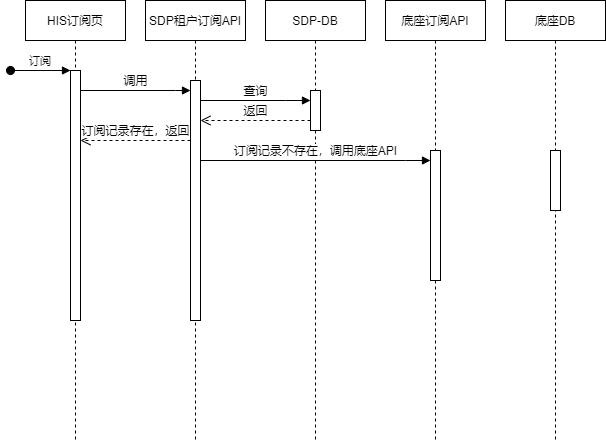
Before: RASP底座v3.0 - 插件订阅流程.drawio.png, a diagram exported from draw.io (fy0715eien/fy.diagrams.net). Source tidied: cells renumbered, new cells last; positions are measured from the earlier drawing's top-left corner, leaving out a move shared by most shapes.
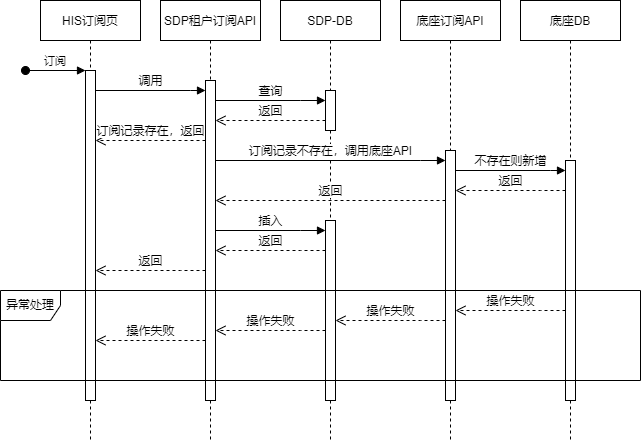
The same diagram one commit later.

Commit message:
Update RASP底座v3.0 - 插件订阅流程.drawio.png

What changed in the source:
```diff
@@ -1,76 +1,152 @@
 <mxGraphModel>
   <root>
-    <mxCell id="0" />
-    <mxCell id="1" parent="0" />
+    <mxCell id="18" />
+    <mxCell id="19" parent="18" />
-    <mxCell id="2" value="HIS订阅页" style="shape=umlLifeline;perimeter=lifelinePerimeter;rounded=0;shadow=0;strokeWidth=1;" parent="1" vertex="1">
+    <mxCell id="2" value="HIS订阅页" style="shape=umlLifeline;perimeter=lifelinePerimeter;rounded=0;shadow=0;strokeWidth=1;" parent="19" vertex="1">
       <mxGeometry x="15" width="100" height="440" as="geometry" />
     </mxCell>
-    <mxCell id="3" style="points=[];perimeter=orthogonalPerimeter;rounded=0;shadow=0;strokeWidth=1;" parent="2" vertex="1">
-      <mxGeometry x="45" y="70" width="10" height="250" as="geometry" />
-    </mxCell>
+    <mxCell id="20" style="points=[];perimeter=orthogonalPerimeter;rounded=0;shadow=0;strokeWidth=1;" parent="2" vertex="1">
+      <mxGeometry x="45" y="70" width="10" height="330" as="geometry" />
+    </mxCell>
-    <mxCell id="4" value="订阅" style="verticalAlign=bottom;startArrow=oval;endArrow=block;startSize=8;shadow=0;strokeWidth=1;" parent="2" edge="1" target="3">
+    <mxCell id="4" value="订阅" style="verticalAlign=bottom;startArrow=oval;endArrow=block;startSize=8;shadow=0;strokeWidth=1;" parent="2" edge="1" target="20">
       <mxGeometry relative="1" as="geometry">
         <mxPoint x="-15" y="70" as="sourcePoint" />
       </mxGeometry>
     </mxCell>
-    <mxCell id="5" value="SDP租户订阅API" style="shape=umlLifeline;perimeter=lifelinePerimeter;rounded=0;shadow=0;strokeWidth=1;" parent="1" vertex="1">
+    <mxCell id="5" value="SDP租户订阅API" style="shape=umlLifeline;perimeter=lifelinePerimeter;rounded=0;shadow=0;strokeWidth=1;" parent="19" vertex="1">
       <mxGeometry x="135" width="100" height="440" as="geometry" />
     </mxCell>
-    <mxCell id="6" style="html=1;points=[];perimeter=orthogonalPerimeter;" parent="5" vertex="1">
-      <mxGeometry x="45" y="80" width="10" height="240" as="geometry" />
-    </mxCell>
+    <mxCell id="21" style="html=1;points=[];perimeter=orthogonalPerimeter;" parent="5" vertex="1">
+      <mxGeometry x="45" y="80" width="10" height="320" as="geometry" />
+    </mxCell>
-    <mxCell id="7" value="底座订阅API" style="shape=umlLifeline;perimeter=lifelinePerimeter;rounded=0;shadow=0;strokeWidth=1;" parent="1" vertex="1">
+    <mxCell id="7" value="底座订阅API" style="shape=umlLifeline;perimeter=lifelinePerimeter;rounded=0;shadow=0;strokeWidth=1;" parent="19" vertex="1">
       <mxGeometry x="375" width="100" height="440" as="geometry" />
     </mxCell>
-    <mxCell id="8" style="html=1;points=[];perimeter=orthogonalPerimeter;direction=east;" parent="7" vertex="1">
-      <mxGeometry x="45" y="150" width="10" height="130" as="geometry" />
-    </mxCell>
+    <mxCell id="22" style="html=1;points=[];perimeter=orthogonalPerimeter;direction=east;" parent="7" vertex="1">
+      <mxGeometry x="45" y="150" width="10" height="250" as="geometry" />
+    </mxCell>
-    <mxCell id="9" value="SDP-DB" style="shape=umlLifeline;perimeter=lifelinePerimeter;rounded=0;shadow=0;strokeWidth=1;" parent="1" vertex="1">
+    <mxCell id="9" value="SDP-DB" style="shape=umlLifeline;perimeter=lifelinePerimeter;rounded=0;shadow=0;strokeWidth=1;" parent="19" vertex="1">
       <mxGeometry x="255" width="100" height="440" as="geometry" />
     </mxCell>
     <mxCell id="10" style="html=1;points=[];perimeter=orthogonalPerimeter;" parent="9" vertex="1">
       <mxGeometry x="45" y="90" width="10" height="40" as="geometry" />
     </mxCell>
+    <mxCell id="23" style="html=1;points=[];perimeter=orthogonalPerimeter;" parent="9" vertex="1">
+      <mxGeometry x="45" y="220" width="10" height="180" as="geometry" />
+    </mxCell>
-    <mxCell id="11" value="底座DB" style="shape=umlLifeline;perimeter=lifelinePerimeter;rounded=0;shadow=0;strokeWidth=1;" parent="1" vertex="1">
+    <mxCell id="11" value="底座DB" style="shape=umlLifeline;perimeter=lifelinePerimeter;rounded=0;shadow=0;strokeWidth=1;" parent="19" vertex="1">
       <mxGeometry x="495" width="100" height="440" as="geometry" />
     </mxCell>
-    <mxCell id="12" style="html=1;perimeter=orthogonalPerimeter;" parent="11" vertex="1">
-      <mxGeometry x="45" y="150" width="10" height="60" as="geometry" />
-    </mxCell>
+    <mxCell id="24" style="html=1;points=[];perimeter=orthogonalPerimeter;" parent="11" vertex="1">
+      <mxGeometry x="45" y="160" width="10" height="240" as="geometry" />
+    </mxCell>
-    <mxCell id="13" value="调用" style="html=1;verticalAlign=bottom;endArrow=block;rounded=0;" parent="1" edge="1" source="3" target="6">
+    <mxCell id="13" value="调用" style="html=1;verticalAlign=bottom;endArrow=block;rounded=0;" parent="19" edge="1" source="20" target="21">
       <mxGeometry relative="1" as="geometry">
         <Array as="points">
           <mxPoint x="165" y="90" />
         </Array>
       </mxGeometry>
     </mxCell>
-    <mxCell id="14" value="查询" style="html=1;verticalAlign=bottom;endArrow=block;rounded=0;" parent="1" edge="1" source="6" target="10">
+    <mxCell id="14" value="查询" style="html=1;verticalAlign=bottom;endArrow=block;rounded=0;" parent="19" edge="1" source="21" target="10">
       <mxGeometry relative="1" as="geometry">
         <Array as="points">
           <mxPoint x="275" y="100" />
         </Array>
       </mxGeometry>
     </mxCell>
-    <mxCell id="15" value="返回" style="html=1;verticalAlign=bottom;endArrow=open;dashed=1;endSize=8;rounded=0;" parent="1" edge="1" source="10" target="6">
-      <mxGeometry relative="1" as="geometry">
-        <Array as="points">
-          <mxPoint x="285" y="120" />
-        </Array>
-      </mxGeometry>
-    </mxCell>
+    <mxCell id="25" value="返回" style="html=1;verticalAlign=bottom;endArrow=open;dashed=1;endSize=8;rounded=0;" parent="19" edge="1" source="10" target="21">
+      <mxGeometry relative="1" as="geometry">
+        <Array as="points">
+          <mxPoint x="285" y="120" />
+        </Array>
+      </mxGeometry>
+    </mxCell>
-    <mxCell id="16" value="订阅记录不存在，调用底座API" style="html=1;verticalAlign=bottom;endArrow=block;rounded=0;" parent="1" edge="1" source="6" target="8">
+    <mxCell id="16" value="订阅记录不存在，调用底座API" style="html=1;verticalAlign=bottom;endArrow=block;rounded=0;" parent="19" edge="1" source="21" target="22">
       <mxGeometry relative="1" as="geometry">
         <Array as="points">
           <mxPoint x="395" y="160" />
         </Array>
       </mxGeometry>
     </mxCell>
-    <mxCell id="17" value="订阅记录存在，返回" style="html=1;verticalAlign=bottom;endArrow=open;dashed=1;endSize=8;rounded=0;" parent="1" edge="1" source="6" target="3">
+    <mxCell id="17" value="订阅记录存在，返回" style="html=1;verticalAlign=bottom;endArrow=open;dashed=1;endSize=8;rounded=0;" parent="19" edge="1" source="21" target="20">
       <mxGeometry relative="1" as="geometry">
         <Array as="points">
           <mxPoint x="165" y="140" />
         </Array>
       </mxGeometry>
     </mxCell>
+    <mxCell id="26" value="不存在则新增" style="html=1;verticalAlign=bottom;endArrow=block;rounded=0;" parent="19" edge="1" source="22" target="24">
+      <mxGeometry relative="1" as="geometry">
+        <Array as="points">
+          <mxPoint x="525" y="170" />
+        </Array>
+      </mxGeometry>
+    </mxCell>
+    <mxCell id="27" value="返回" style="html=1;verticalAlign=bottom;endArrow=open;dashed=1;endSize=8;rounded=0;" parent="19" edge="1" source="24" target="22">
+      <mxGeometry relative="1" as="geometry">
+        <Array as="points">
+          <mxPoint x="515" y="190" />
+        </Array>
+      </mxGeometry>
+    </mxCell>
+    <mxCell id="28" value="返回" style="html=1;verticalAlign=bottom;endArrow=open;dashed=1;endSize=8;rounded=0;" parent="19" edge="1" source="22" target="21">
+      <mxGeometry relative="1" as="geometry">
+        <Array as="points">
+          <mxPoint x="385" y="200" />
+        </Array>
+      </mxGeometry>
+    </mxCell>
+    <mxCell id="29" value="插入" style="html=1;verticalAlign=bottom;endArrow=block;rounded=0;" parent="19" edge="1" source="21" target="23">
+      <mxGeometry relative="1" as="geometry">
+        <Array as="points">
+          <mxPoint x="275" y="230" />
+        </Array>
+      </mxGeometry>
+    </mxCell>
+    <mxCell id="30" value="返回" style="html=1;verticalAlign=bottom;endArrow=open;dashed=1;endSize=8;rounded=0;" parent="19" edge="1" source="23" target="21">
+      <mxGeometry relative="1" as="geometry">
+        <Array as="points">
+          <mxPoint x="275" y="250" />
+        </Array>
+      </mxGeometry>
+    </mxCell>
+    <mxCell id="31" value="返回" style="html=1;verticalAlign=bottom;endArrow=open;dashed=1;endSize=8;rounded=0;" parent="19" edge="1" source="21" target="20">
+      <mxGeometry relative="1" as="geometry">
+        <Array as="points">
+          <mxPoint x="155" y="270" />
+        </Array>
+      </mxGeometry>
+    </mxCell>
+    <mxCell id="32" value="操作失败" style="html=1;verticalAlign=bottom;endArrow=open;dashed=1;endSize=8;rounded=0;" parent="19" edge="1" source="24" target="22">
+      <mxGeometry relative="1" as="geometry">
+        <Array as="points">
+          <mxPoint x="515" y="310" />
+        </Array>
+      </mxGeometry>
+    </mxCell>
+    <mxCell id="33" value="操作失败" style="html=1;verticalAlign=bottom;endArrow=open;dashed=1;endSize=8;rounded=0;" parent="19" edge="1" source="22" target="23">
+      <mxGeometry relative="1" as="geometry">
+        <Array as="points">
+          <mxPoint x="395" y="320" />
+        </Array>
+      </mxGeometry>
+    </mxCell>
+    <mxCell id="34" value="操作失败" style="html=1;verticalAlign=bottom;endArrow=open;dashed=1;endSize=8;rounded=0;" parent="19" edge="1" source="23" target="21">
+      <mxGeometry relative="1" as="geometry">
+        <Array as="points">
+          <mxPoint x="275" y="330" />
+        </Array>
+      </mxGeometry>
+    </mxCell>
+    <mxCell id="35" value="操作失败" style="html=1;verticalAlign=bottom;endArrow=open;dashed=1;endSize=8;rounded=0;" parent="19" edge="1" source="21" target="20">
+      <mxGeometry relative="1" as="geometry">
+        <Array as="points">
+          <mxPoint x="165" y="340" />
+        </Array>
+      </mxGeometry>
+    </mxCell>
+    <mxCell id="36" value="异常处理" style="shape=umlFrame;whiteSpace=wrap;html=1;" parent="19" vertex="1">
+      <mxGeometry x="-25" y="290" width="640" height="90" as="geometry" />
+    </mxCell>
   </root>
 </mxGraphModel>
```
